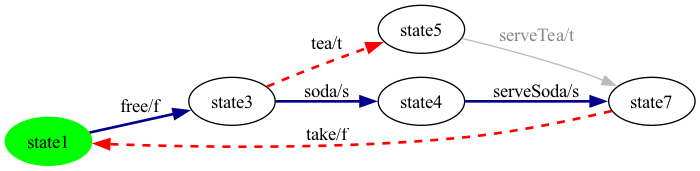
This is milestone-reports/per-product-all-states/SVM/SVM-product5-walk.png from dilekozturk93/vibes, a Graphviz export, as it was before one commit. Its source is kept beside it as milestone-reports/per-product-all-states/SVM/SVM-product5-walk.dot.
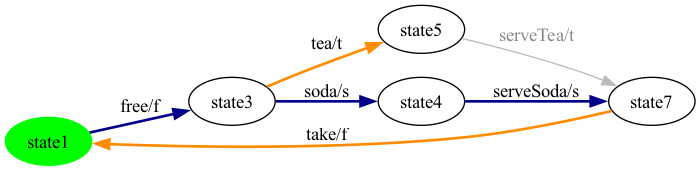
The same diagram one commit later.

Diff of the diagram source:
```diff
@@ -7,8 +7,8 @@
 state4 [ label = "state3" ];
 state3 -> state2 [ label=" serveSoda/s ", style=bold, color=darkblue, penwidth=2 ];
 state1 -> state2 [ label=" serveTea/t ", color="#bbbbbb", fontcolor="#888888" ];
-state2 -> state0 [ label=" take/f ", style=dashed, color=red, penwidth=2 ];
+state2 -> state0 [ label=" take/f ", style=bold, color=darkorange, penwidth=2 ];
 state0 -> state4 [ label=" free/f ", style=bold, color=darkblue, penwidth=2 ];
-state4 -> state1 [ label=" tea/t ", style=dashed, color=red, penwidth=2 ];
+state4 -> state1 [ label=" tea/t ", style=bold, color=darkorange, penwidth=2 ];
 state4 -> state3 [ label=" soda/s ", style=bold, color=darkblue, penwidth=2 ];
 }
```
